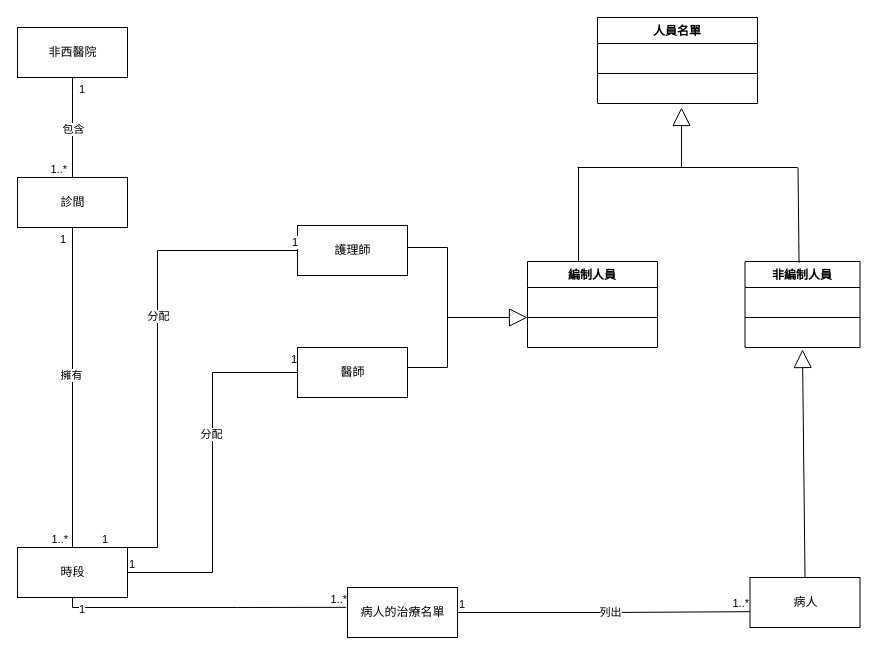
The draw.io diagram Clinic.drawio in 35596035/110-2HW2, before the edit. Source tidied: cells renumbered, new cells numbered last; positions are measured from the earlier drawing's top-left corner, leaving out a move shared by most shapes. Both pictures are drawn from the tidied source at 100%, with x=0, y=0 at pixel (17, 17).
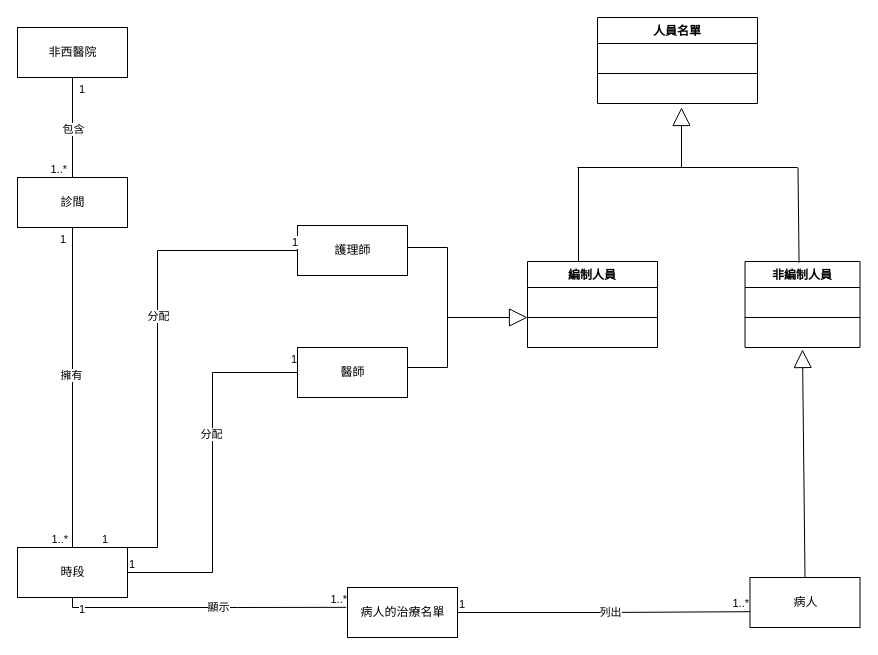
After the change.

Unchanged cells that the change refers to:
```xml
<mxCell id="46" style="endArrow=none;html=1;edgeStyle=orthogonalEdgeStyle;rounded=0;exitX=0.5;exitY=1;exitDx=0;exitDy=0;entryX=-0.012;entryY=0.397;entryDx=0;entryDy=0;entryPerimeter=0;" parent="1" edge="1" source="25" target="26">
  <mxGeometry relative="1" as="geometry" />
</mxCell>
```

The edit, as a diff of the source:
```diff
@@
+    <mxCell id="53" value="顯示" style="edgeLabel;html=1;align=center;verticalAlign=middle;" parent="46" vertex="1">
+      <mxGeometry x="0.09" y="1" relative="1" as="geometry" />
+    </mxCell>
```
